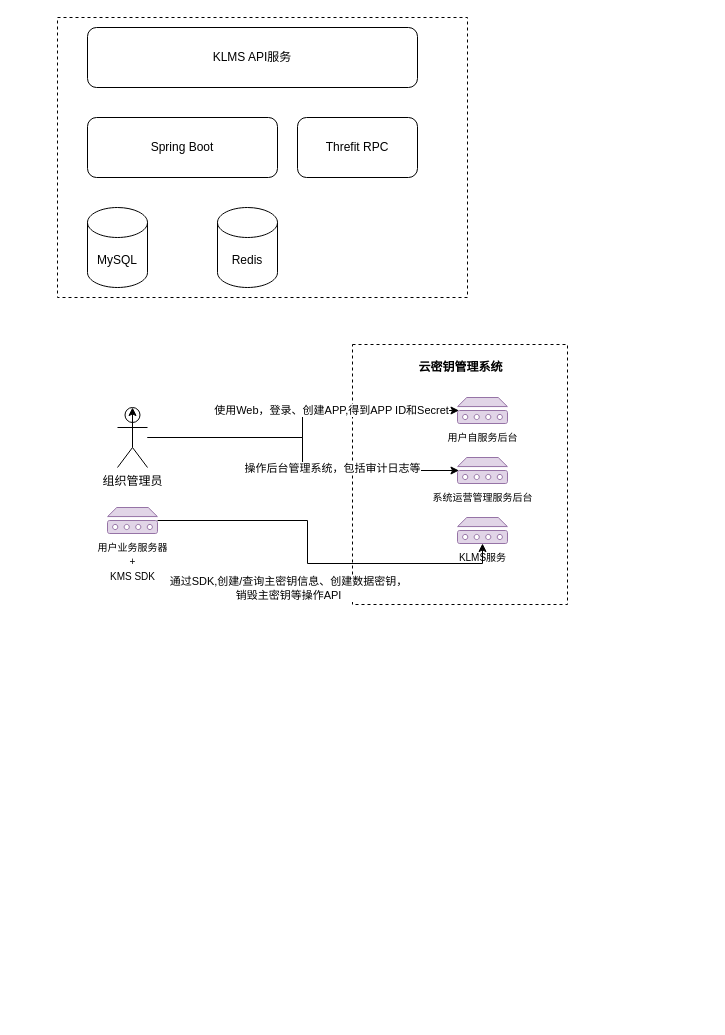
This is KMIP2 Diagram.drawio from twoconk/guaniu, a draw.io file, before an edit. Source tidied: cells renumbered, new cells numbered last; positions are measured from the earlier drawing's top-left corner, leaving out a move shared by most shapes. Both pictures are drawn from the tidied source at 100%, with x=0, y=0 at pixel (57, 17).
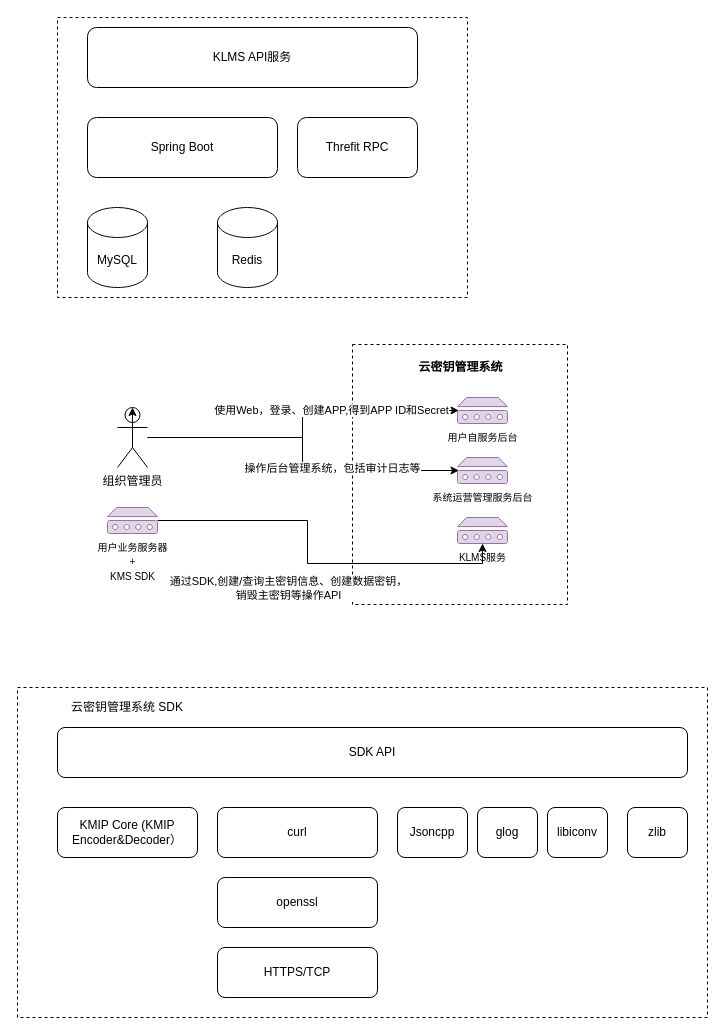
Above is the later version.

Change to the diagram source:
```diff
@@
+    <mxCell id="23" style="rounded=0;whiteSpace=wrap;html=1;dashed=1;" parent="1" vertex="1">
+      <mxGeometry x="-40" y="670" width="690" height="330" as="geometry" />
+    </mxCell>
@@
+    <mxCell id="24" value="KMIP Core (KMIP Encoder&amp;amp;Decoder）" style="rounded=1;whiteSpace=wrap;html=1;" parent="1" vertex="1">
+      <mxGeometry y="790" width="140" height="50" as="geometry" />
+    </mxCell>
+    <mxCell id="25" value="云密钥管理系统 SDK" style="text;html=1;strokeColor=none;fillColor=none;align=center;verticalAlign=middle;whiteSpace=wrap;rounded=0;" parent="1" vertex="1">
+      <mxGeometry x="-30" y="680" width="200" height="20" as="geometry" />
+    </mxCell>
+    <mxCell id="26" value="HTTPS/TCP" style="rounded=1;whiteSpace=wrap;html=1;" parent="1" vertex="1">
+      <mxGeometry x="160" y="930" width="160" height="50" as="geometry" />
+    </mxCell>
+    <mxCell id="27" value="SDK API" style="rounded=1;whiteSpace=wrap;html=1;" parent="1" vertex="1">
+      <mxGeometry y="710" width="630" height="50" as="geometry" />
+    </mxCell>
+    <mxCell id="28" value="Jsoncpp" style="rounded=1;whiteSpace=wrap;html=1;" parent="1" vertex="1">
+      <mxGeometry x="340" y="790" width="70" height="50" as="geometry" />
+    </mxCell>
+    <mxCell id="29" value="curl" style="rounded=1;whiteSpace=wrap;html=1;" parent="1" vertex="1">
+      <mxGeometry x="160" y="790" width="160" height="50" as="geometry" />
+    </mxCell>
+    <mxCell id="30" value="openssl" style="rounded=1;whiteSpace=wrap;html=1;" parent="1" vertex="1">
+      <mxGeometry x="160" y="860" width="160" height="50" as="geometry" />
+    </mxCell>
+    <mxCell id="31" value="glog" style="rounded=1;whiteSpace=wrap;html=1;" parent="1" vertex="1">
+      <mxGeometry x="420" y="790" width="60" height="50" as="geometry" />
+    </mxCell>
+    <mxCell id="32" value="libiconv" style="rounded=1;whiteSpace=wrap;html=1;" parent="1" vertex="1">
+      <mxGeometry x="490" y="790" width="60" height="50" as="geometry" />
+    </mxCell>
+    <mxCell id="33" value="zlib" style="rounded=1;whiteSpace=wrap;html=1;" parent="1" vertex="1">
+      <mxGeometry x="570" y="790" width="60" height="50" as="geometry" />
+    </mxCell>
```
